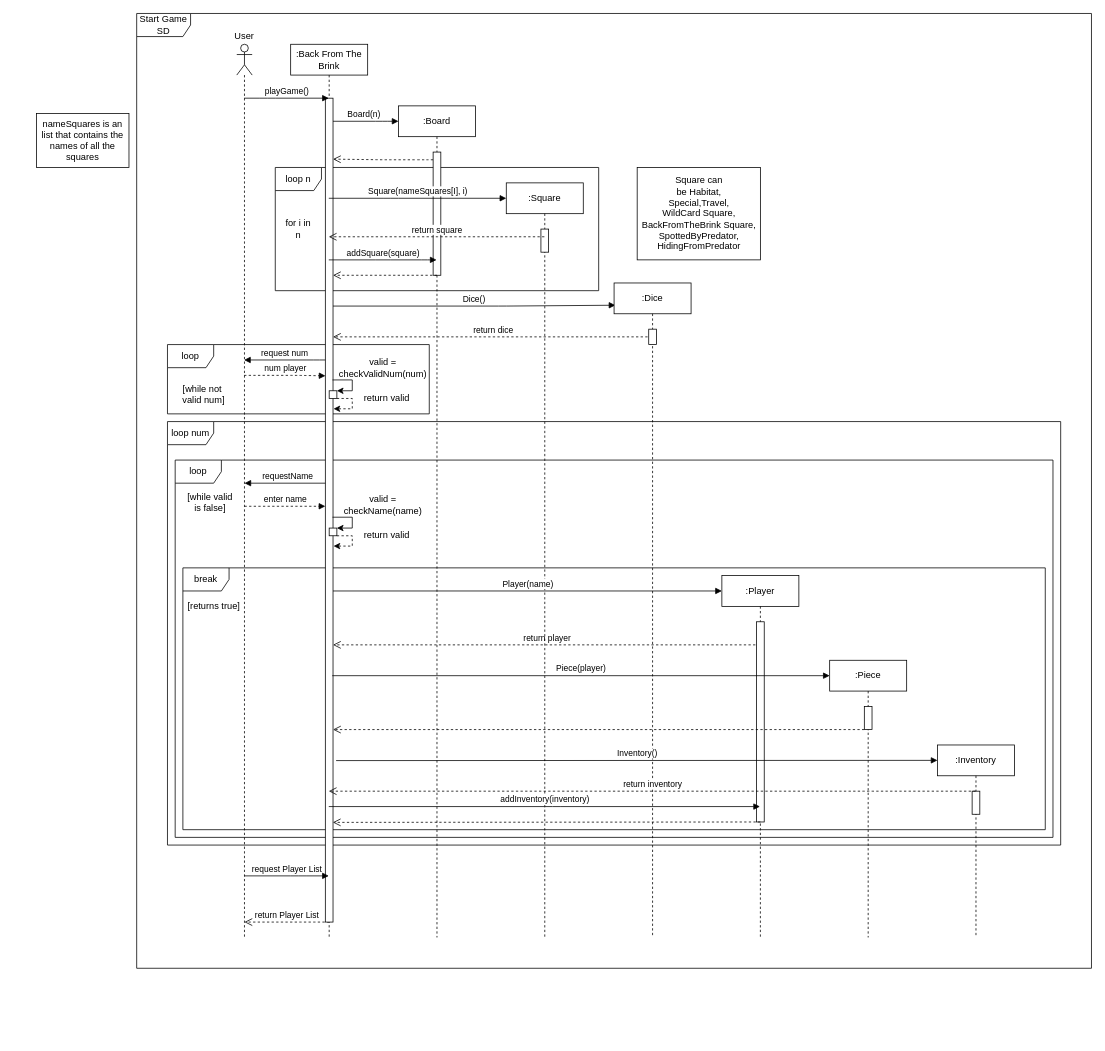
The draw.io diagram Documentation/Sequence Diagrams/Start Game SD (draft).drawio in cmcgarry5/csc2058-2021-g25, before the edit. Source tidied: cells renumbered, new cells numbered last; positions are measured from the earlier drawing's top-left corner, leaving out a move shared by most shapes. Both pictures are drawn from the tidied source at 77%, with x=0, y=0 at pixel (36, 13).
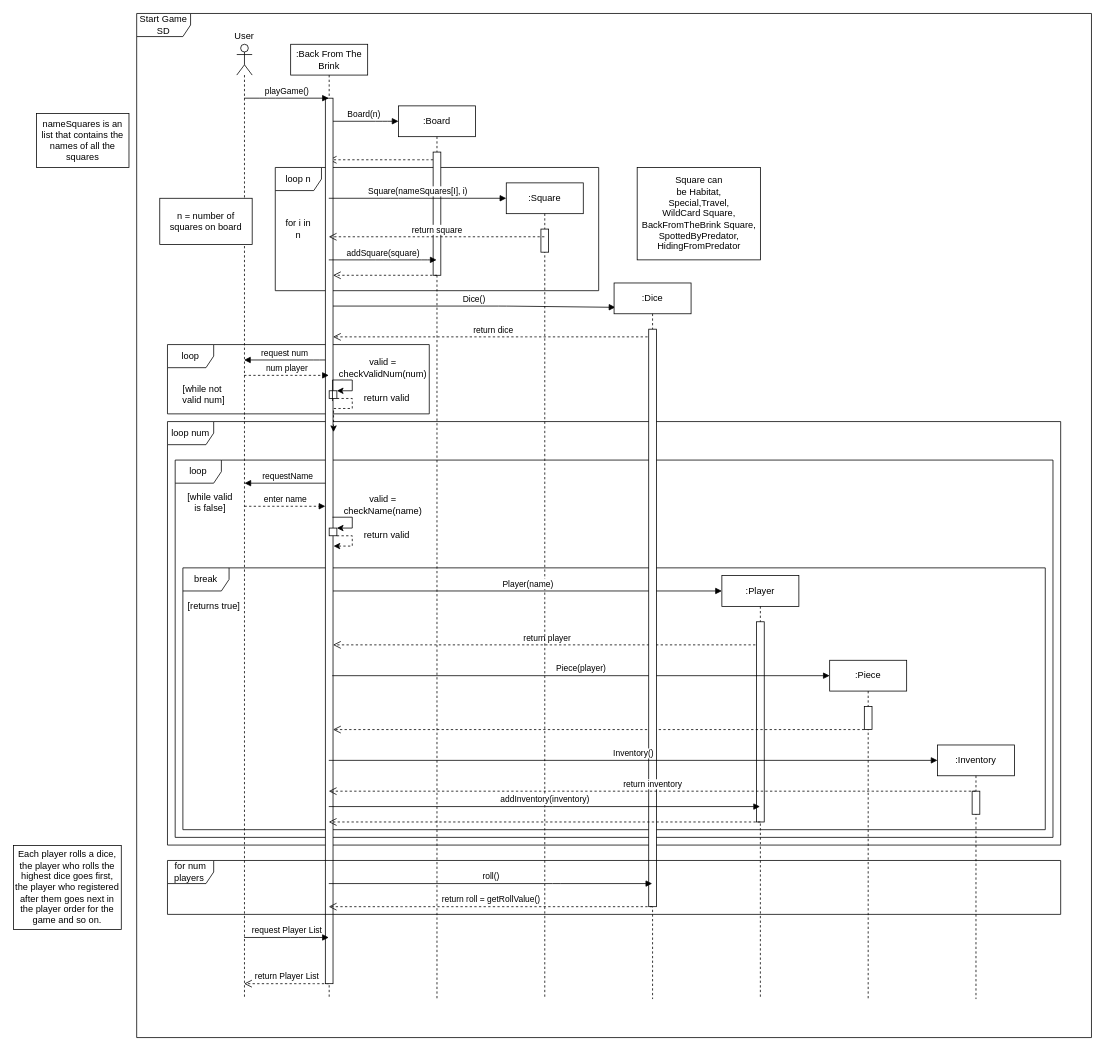
The same diagram, later.

The change refers to these unchanged cells:
```xml
<mxCell id="17" style="html=1;points=[];perimeter=orthogonalPerimeter;" parent="16" vertex="1">
  <mxGeometry x="45" y="60" width="10" height="160" as="geometry" />
</mxCell>
```

What changed in the source:
```diff
@@
     <mxCell id="3" value="Start Game SD" style="shape=umlFrame;whiteSpace=wrap;html=1;width=70;height=30;" parent="1" vertex="1">
-      <mxGeometry x="130" width="1240" height="1240" as="geometry" />
+      <mxGeometry x="130" width="1240" height="1330" as="geometry" />
     </mxCell>
@@
-    <mxCell id="10" value="return Player List" style="html=1;verticalAlign=bottom;endArrow=open;dashed=1;endSize=8;" parent="1" edge="1">
+    <mxCell id="10" value="return Player List" style="html=1;verticalAlign=bottom;endArrow=open;dashed=1;endSize=8;" parent="1" edge="1" source="14" target="13">
       <mxGeometry relative="1" as="geometry">
-        <mxPoint x="380.2" y="1180" as="sourcePoint" />
-        <mxPoint x="270" y="1180" as="targetPoint" />
         <Array as="points">
-          <mxPoint x="350.7" y="1180" />
+          <mxPoint x="351" y="1260" />
         </Array>
       </mxGeometry>
     </mxCell>
@@
-    <mxCell id="12" style="html=1;verticalAlign=bottom;endArrow=open;dashed=1;endSize=8;entryX=1;entryY=0.074;entryDx=0;entryDy=0;entryPerimeter=0;" parent="1" edge="1" source="17" target="15">
+    <mxCell id="12" style="html=1;verticalAlign=bottom;endArrow=open;dashed=1;endSize=8;" parent="1" edge="1" source="17" target="14">
       <mxGeometry relative="1" as="geometry">
         <Array as="points">
           <mxPoint x="500" y="190" />
           <mxPoint x="450" y="190" />
         </Array>
       </mxGeometry>
     </mxCell>
     <mxCell id="13" style="shape=umlLifeline;participant=umlActor;perimeter=lifelinePerimeter;whiteSpace=wrap;html=1;verticalAlign=top;spacingTop=36;outlineConnect=0;" parent="1" vertex="1">
-      <mxGeometry x="260" y="40" width="20" height="1160" as="geometry" />
+      <mxGeometry x="260" y="40" width="20" height="1240" as="geometry" />
     </mxCell>
     <mxCell id="14" value=":Back From The Brink" style="shape=umlLifeline;perimeter=lifelinePerimeter;whiteSpace=wrap;html=1;outlineConnect=0;" parent="1" vertex="1">
-      <mxGeometry x="330" y="40" width="100" height="1160" as="geometry" />
+      <mxGeometry x="330" y="40" width="100" height="1240" as="geometry" />
     </mxCell>
     <mxCell id="15" style="html=1;points=[];perimeter=orthogonalPerimeter;" parent="14" vertex="1">
-      <mxGeometry x="45" y="70" width="10" height="1070" as="geometry" />
+      <mxGeometry x="45" y="70" width="10" height="1150" as="geometry" />
     </mxCell>
     <mxCell id="16" value=":Board" style="shape=umlLifeline;perimeter=lifelinePerimeter;whiteSpace=wrap;html=1;outlineConnect=0;" parent="1" vertex="1">
-      <mxGeometry x="470" y="120" width="100" height="1080" as="geometry" />
+      <mxGeometry x="470" y="120" width="100" height="1160" as="geometry" />
     </mxCell>
@@
     <mxCell id="21" value=":Square" style="shape=umlLifeline;perimeter=lifelinePerimeter;whiteSpace=wrap;html=1;outlineConnect=0;" parent="1" vertex="1">
-      <mxGeometry x="610" y="220" width="100" height="980" as="geometry" />
+      <mxGeometry x="610" y="220" width="100" height="1060" as="geometry" />
     </mxCell>
@@
-    <mxCell id="24" value="num player" style="html=1;verticalAlign=bottom;endArrow=block;dashed=1;entryX=0.017;entryY=0.337;entryDx=0;entryDy=0;entryPerimeter=0;" parent="1" edge="1" source="13" target="15">
+    <mxCell id="24" value="num player" style="html=1;verticalAlign=bottom;endArrow=block;dashed=1;" parent="1" edge="1" source="13" target="14">
       <mxGeometry relative="1" as="geometry">
         <Array as="points">
           <mxPoint x="340" y="470" />
         </Array>
       </mxGeometry>
     </mxCell>
@@
     <mxCell id="27" value=":Player" style="shape=umlLifeline;perimeter=lifelinePerimeter;whiteSpace=wrap;html=1;outlineConnect=0;" parent="1" vertex="1">
-      <mxGeometry x="890" y="730" width="100" height="470" as="geometry" />
+      <mxGeometry x="890" y="730" width="100" height="550" as="geometry" />
     </mxCell>
@@
     <mxCell id="33" value=":Piece" style="shape=umlLifeline;perimeter=lifelinePerimeter;whiteSpace=wrap;html=1;" parent="1" vertex="1">
-      <mxGeometry x="1030" y="840" width="100" height="360" as="geometry" />
+      <mxGeometry x="1030" y="840" width="100" height="440" as="geometry" />
     </mxCell>
@@
     <mxCell id="40" value=":Dice" style="shape=umlLifeline;perimeter=lifelinePerimeter;whiteSpace=wrap;html=1;outlineConnect=0;" parent="1" vertex="1">
-      <mxGeometry x="750" y="350" width="100" height="850" as="geometry" />
+      <mxGeometry x="750" y="350" width="100" height="930" as="geometry" />
     </mxCell>
     <mxCell id="41" style="html=1;perimeter=orthogonalPerimeter;" parent="40" vertex="1">
-      <mxGeometry x="45" y="60" width="10" height="20" as="geometry" />
+      <mxGeometry x="45" y="60" width="10" height="750" as="geometry" />
     </mxCell>
     <mxCell id="42" value=":Inventory" style="shape=umlLifeline;perimeter=lifelinePerimeter;whiteSpace=wrap;html=1;outlineConnect=0;" parent="1" vertex="1">
-      <mxGeometry x="1170" y="950" width="100" height="250" as="geometry" />
+      <mxGeometry x="1170" y="950" width="100" height="330" as="geometry" />
     </mxCell>
@@
-    <mxCell id="44" value="Inventory()" style="html=1;verticalAlign=bottom;endArrow=block;exitX=1.4;exitY=0.804;exitDx=0;exitDy=0;exitPerimeter=0;" parent="1" edge="1" source="15">
+    <mxCell id="44" value="Inventory()" style="html=1;verticalAlign=bottom;endArrow=block;" parent="1" edge="1" source="14">
       <mxGeometry relative="1" as="geometry">
         <mxPoint x="1170" y="970" as="targetPoint" />
       </mxGeometry>
     </mxCell>
@@
-    <mxCell id="46" style="html=1;verticalAlign=bottom;endArrow=open;endSize=8;dashed=1;entryX=0.98;entryY=0.879;entryDx=0;entryDy=0;entryPerimeter=0;" parent="1" edge="1" target="15">
+    <mxCell id="46" style="html=1;verticalAlign=bottom;endArrow=open;endSize=8;dashed=1;" parent="1" edge="1" target="14">
       <mxGeometry relative="1" as="geometry">
         <mxPoint x="940" y="1050" as="sourcePoint" />
       </mxGeometry>
     </mxCell>
     <mxCell id="47" value="request Player List" style="html=1;verticalAlign=bottom;endArrow=block;" parent="1" edge="1" source="13" target="14">
       <mxGeometry relative="1" as="geometry">
         <Array as="points">
-          <mxPoint x="340" y="1120" />
+          <mxPoint x="340" y="1200" />
         </Array>
       </mxGeometry>
     </mxCell>
@@
+    <mxCell id="64" value="for num players&amp;nbsp;" style="shape=umlFrame;whiteSpace=wrap;html=1;" parent="1" vertex="1">
+      <mxGeometry x="170" y="1100" width="1160" height="70" as="geometry" />
+    </mxCell>
+    <mxCell id="65" value="roll()" style="html=1;verticalAlign=bottom;endArrow=block;" parent="1" edge="1" source="14" target="40">
+      <mxGeometry relative="1" as="geometry">
+        <Array as="points">
+          <mxPoint x="670" y="1130" />
+        </Array>
+      </mxGeometry>
+    </mxCell>
+    <mxCell id="66" value="return roll = getRollValue()" style="html=1;verticalAlign=bottom;endArrow=open;dashed=1;endSize=8;" parent="1" edge="1" source="40" target="14">
+      <mxGeometry relative="1" as="geometry">
+        <Array as="points">
+          <mxPoint x="470" y="1160" />
+        </Array>
+      </mxGeometry>
+    </mxCell>
+    <mxCell id="67" value="n = number of squares on board" style="rounded=0;whiteSpace=wrap;html=1;" parent="1" vertex="1">
+      <mxGeometry x="160" y="240" width="120" height="60" as="geometry" />
+    </mxCell>
+    <mxCell id="68" value="Each player rolls a dice, the player who rolls the highest dice goes first, the player who registered after them goes next in the player order for the game and so on." style="rounded=0;whiteSpace=wrap;html=1;" parent="1" vertex="1">
+      <mxGeometry x="-30" y="1080.5" width="140" height="109" as="geometry" />
+    </mxCell>
```
